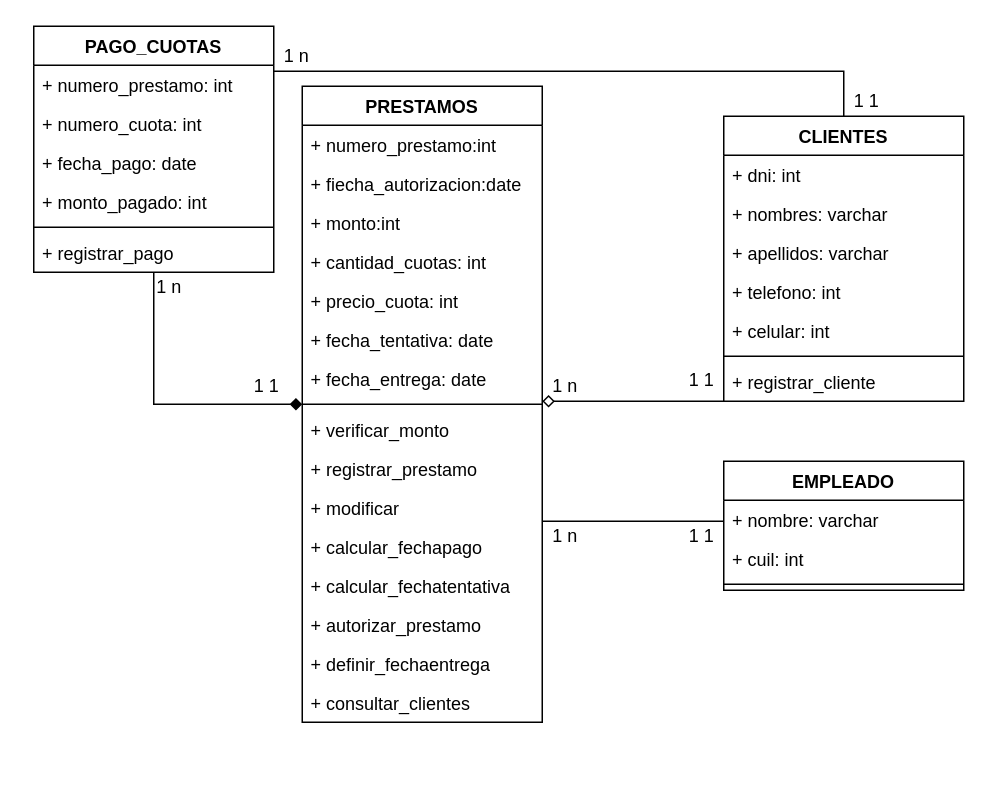
This is page "Page-2" (2 of 2) of mer_prestamos.drawio from lezcano65/nuevorepo, a draw.io file, before an edit. Source tidied: cells renumbered, new cells numbered last; positions are measured from the earlier drawing's top-left corner, leaving out a move shared by most shapes. Both pictures are drawn from the tidied source at 150%, with x=0, y=0 at pixel (33, 26).
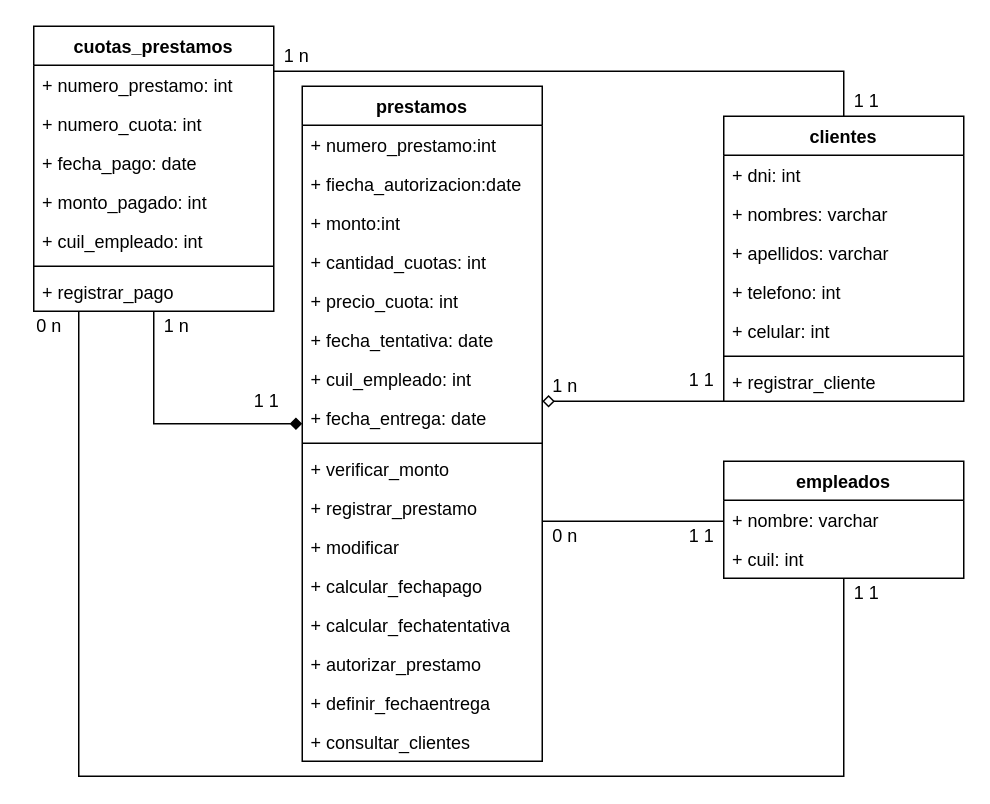
After the change.

Change to the diagram source:
```diff
@@
-    <mxCell id="6" value="1 n" style="text;html=1;align=center;verticalAlign=middle;" parent="1" vertex="1">
+    <mxCell id="6" value="0 n" style="text;html=1;align=center;verticalAlign=middle;" parent="1" vertex="1">
       <mxGeometry x="339" y="330" width="30" height="20" as="geometry" />
     </mxCell>
@@
     <mxCell id="10" value="1 1" style="text;html=1;align=center;verticalAlign=middle;" parent="1" vertex="1">
-      <mxGeometry x="140" y="230" width="30" height="20" as="geometry" />
+      <mxGeometry x="140" y="240" width="30" height="20" as="geometry" />
     </mxCell>
     <mxCell id="11" value="1 n" style="text;html=1;align=center;verticalAlign=middle;" parent="1" vertex="1">
-      <mxGeometry x="75" y="164" width="30" height="20" as="geometry" />
+      <mxGeometry x="80" y="190" width="30" height="20" as="geometry" />
     </mxCell>
@@
+    <mxCell id="50" style="edgeStyle=orthogonalEdgeStyle;rounded=0;jettySize=auto;html=1;endArrow=none;endFill=0;" parent="1" edge="1" source="14" target="46">
+      <mxGeometry relative="1" as="geometry">
+        <Array as="points">
+          <mxPoint x="30" y="500" />
+          <mxPoint x="540" y="500" />
+        </Array>
+      </mxGeometry>
+    </mxCell>
-    <mxCell id="14" value="PAGO_CUOTAS" style="swimlane;fontStyle=1;align=center;verticalAlign=top;horizontal=1;startSize=26;" parent="1" vertex="1">
-      <mxGeometry width="160" height="164" as="geometry" />
+    <mxCell id="14" value="cuotas_prestamos" style="swimlane;fontStyle=1;align=center;verticalAlign=top;horizontal=1;startSize=26;" parent="1" vertex="1">
+      <mxGeometry width="160" height="190" as="geometry" />
     </mxCell>
@@
+    <mxCell id="51" value="+ monto_pagado: int" style="text;strokeColor=none;fillColor=none;align=left;verticalAlign=top;spacingLeft=4;spacingRight=4;overflow=hidden;" parent="14" vertex="1">
+      <mxGeometry y="104" width="160" height="26" as="geometry" />
+    </mxCell>
-    <mxCell id="18" value="+ monto_pagado: int" style="text;strokeColor=none;fillColor=none;align=left;verticalAlign=top;spacingLeft=4;spacingRight=4;overflow=hidden;" parent="14" vertex="1">
-      <mxGeometry y="104" width="160" height="26" as="geometry" />
+    <mxCell id="18" value="+ cuil_empleado: int" style="text;strokeColor=none;fillColor=none;align=left;verticalAlign=top;spacingLeft=4;spacingRight=4;overflow=hidden;" parent="14" vertex="1">
+      <mxGeometry y="130" width="160" height="26" as="geometry" />
     </mxCell>
     <mxCell id="19" style="line;strokeWidth=1;fillColor=none;align=left;verticalAlign=middle;spacingTop=-1;spacingLeft=3;spacingRight=3;labelPosition=right;" parent="14" vertex="1">
-      <mxGeometry y="130" width="160" height="8" as="geometry" />
+      <mxGeometry y="156" width="160" height="8" as="geometry" />
     </mxCell>
     <mxCell id="20" value="+ registrar_pago" style="text;strokeColor=none;fillColor=none;align=left;verticalAlign=top;spacingLeft=4;spacingRight=4;overflow=hidden;" parent="14" vertex="1">
-      <mxGeometry y="138" width="160" height="26" as="geometry" />
+      <mxGeometry y="164" width="160" height="26" as="geometry" />
     </mxCell>
-    <mxCell id="21" value="CLIENTES" style="swimlane;fontStyle=1;align=center;verticalAlign=top;horizontal=1;startSize=26;" parent="1" vertex="1">
+    <mxCell id="21" value="clientes" style="swimlane;fontStyle=1;align=center;verticalAlign=top;horizontal=1;startSize=26;" parent="1" vertex="1">
       <mxGeometry x="460" y="60" width="160" height="190" as="geometry" />
     </mxCell>
@@
-    <mxCell id="29" value="PRESTAMOS" style="swimlane;fontStyle=1;align=center;verticalAlign=top;horizontal=1;startSize=26;" parent="1" vertex="1">
-      <mxGeometry x="179" y="40" width="160" height="424" as="geometry" />
+    <mxCell id="29" value="prestamos" style="swimlane;fontStyle=1;align=center;verticalAlign=top;horizontal=1;startSize=26;" parent="1" vertex="1">
+      <mxGeometry x="179" y="40" width="160" height="450" as="geometry" />
     </mxCell>
@@
+    <mxCell id="52" value="+ cuil_empleado: int" style="text;strokeColor=none;fillColor=none;align=left;verticalAlign=top;spacingLeft=4;spacingRight=4;overflow=hidden;" parent="29" vertex="1">
+      <mxGeometry y="182" width="160" height="26" as="geometry" />
+    </mxCell>
     <mxCell id="36" value="+ fecha_entrega: date" style="text;strokeColor=none;fillColor=none;align=left;verticalAlign=top;spacingLeft=4;spacingRight=4;overflow=hidden;" parent="29" vertex="1">
-      <mxGeometry y="182" width="160" height="26" as="geometry" />
+      <mxGeometry y="208" width="160" height="26" as="geometry" />
     </mxCell>
     <mxCell id="37" style="line;strokeWidth=1;fillColor=none;align=left;verticalAlign=middle;spacingTop=-1;spacingLeft=3;spacingRight=3;labelPosition=right;" parent="29" vertex="1">
-      <mxGeometry y="208" width="160" height="8" as="geometry" />
+      <mxGeometry y="234" width="160" height="8" as="geometry" />
     </mxCell>
     <mxCell id="38" value="+ verificar_monto" style="text;strokeColor=none;fillColor=none;align=left;verticalAlign=top;spacingLeft=4;spacingRight=4;overflow=hidden;" parent="29" vertex="1">
-      <mxGeometry y="216" width="160" height="26" as="geometry" />
+      <mxGeometry y="242" width="160" height="26" as="geometry" />
     </mxCell>
     <mxCell id="39" value="+ registrar_prestamo" style="text;strokeColor=none;fillColor=none;align=left;verticalAlign=top;spacingLeft=4;spacingRight=4;overflow=hidden;" parent="29" vertex="1">
-      <mxGeometry y="242" width="160" height="26" as="geometry" />
+      <mxGeometry y="268" width="160" height="26" as="geometry" />
     </mxCell>
     <mxCell id="40" value="+ modificar" style="text;strokeColor=none;fillColor=none;align=left;verticalAlign=top;spacingLeft=4;spacingRight=4;overflow=hidden;" parent="29" vertex="1">
-      <mxGeometry y="268" width="160" height="26" as="geometry" />
+      <mxGeometry y="294" width="160" height="26" as="geometry" />
     </mxCell>
     <mxCell id="41" value="+ calcular_fechapago" style="text;strokeColor=none;fillColor=none;align=left;verticalAlign=top;spacingLeft=4;spacingRight=4;overflow=hidden;" parent="29" vertex="1">
-      <mxGeometry y="294" width="160" height="26" as="geometry" />
+      <mxGeometry y="320" width="160" height="26" as="geometry" />
     </mxCell>
     <mxCell id="42" value="+ calcular_fechatentativa&#10;" style="text;strokeColor=none;fillColor=none;align=left;verticalAlign=top;spacingLeft=4;spacingRight=4;overflow=hidden;" parent="29" vertex="1">
-      <mxGeometry y="320" width="160" height="26" as="geometry" />
+      <mxGeometry y="346" width="160" height="26" as="geometry" />
     </mxCell>
     <mxCell id="43" value="+ autorizar_prestamo" style="text;strokeColor=none;fillColor=none;align=left;verticalAlign=top;spacingLeft=4;spacingRight=4;overflow=hidden;" parent="29" vertex="1">
-      <mxGeometry y="346" width="160" height="26" as="geometry" />
+      <mxGeometry y="372" width="160" height="26" as="geometry" />
     </mxCell>
     <mxCell id="44" value="+ definir_fechaentrega" style="text;strokeColor=none;fillColor=none;align=left;verticalAlign=top;spacingLeft=4;spacingRight=4;overflow=hidden;" parent="29" vertex="1">
-      <mxGeometry y="372" width="160" height="26" as="geometry" />
+      <mxGeometry y="398" width="160" height="26" as="geometry" />
     </mxCell>
     <mxCell id="45" value="+ consultar_clientes" style="text;strokeColor=none;fillColor=none;align=left;verticalAlign=top;spacingLeft=4;spacingRight=4;overflow=hidden;" parent="29" vertex="1">
-      <mxGeometry y="398" width="160" height="26" as="geometry" />
+      <mxGeometry y="424" width="160" height="26" as="geometry" />
     </mxCell>
-    <mxCell id="46" value="EMPLEADO" style="swimlane;fontStyle=1;align=center;verticalAlign=top;horizontal=1;startSize=26;" parent="1" vertex="1">
-      <mxGeometry x="460" y="290" width="160" height="86" as="geometry" />
+    <mxCell id="46" value="empleados" style="swimlane;fontStyle=1;align=center;verticalAlign=top;horizontal=1;startSize=26;" parent="1" vertex="1">
+      <mxGeometry x="460" y="290" width="160" height="78" as="geometry" />
     </mxCell>
@@
-    <mxCell id="49" style="line;strokeWidth=1;fillColor=none;align=left;verticalAlign=middle;spacingTop=-1;spacingLeft=3;spacingRight=3;labelPosition=right;" parent="46" vertex="1">
-      <mxGeometry y="78" width="160" height="8" as="geometry" />
-    </mxCell>
+    <mxCell id="53" value="0 n" style="text;html=1;align=center;verticalAlign=middle;" parent="1" vertex="1">
+      <mxGeometry x="-5" y="190" width="30" height="20" as="geometry" />
+    </mxCell>
+    <mxCell id="54" value="1 1" style="text;html=1;align=center;verticalAlign=middle;" parent="1" vertex="1">
+      <mxGeometry x="540" y="368" width="30" height="20" as="geometry" />
+    </mxCell>
```
